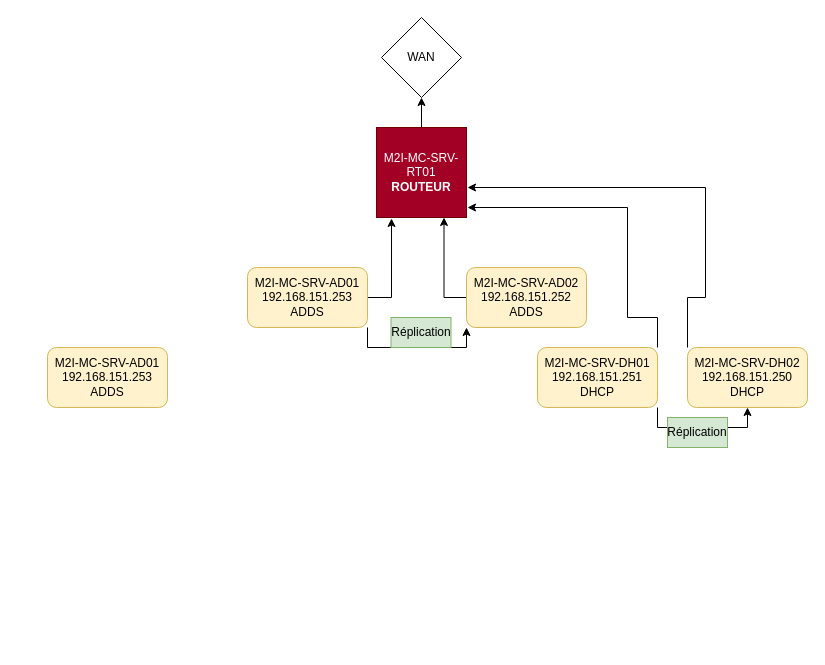
Skreadz/scripts keeps this draw.io diagram as multipass/infra_exam.drawio. Above is the earlier version. Source tidied: cells renumbered, new cells numbered last; positions are measured from the earlier drawing's top-left corner, leaving out a move shared by most shapes. Both pictures are drawn from the tidied source at 100%, with x=0, y=0 at pixel (47, 17).
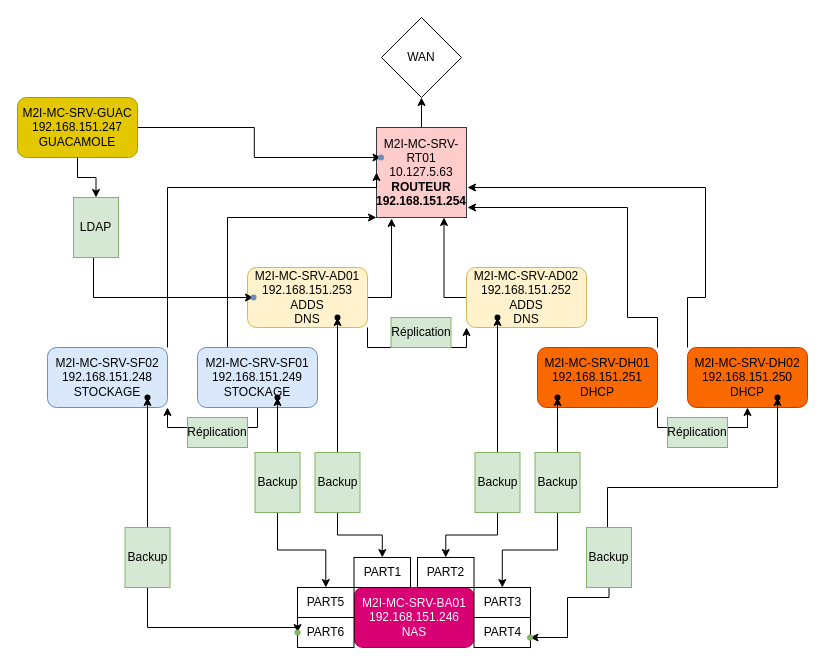
The same diagram, later.

Commit message (it also covers changes not shown here):
Mettre à jour infra_exam.drawio

Unchanged cells that the change refers to:
```xml
<mxCell id="16" value="WAN" style="rhombus;whiteSpace=wrap;html=1;" parent="1" vertex="1">
  <mxGeometry x="334" width="80" height="80" as="geometry" />
</mxCell>
```

Diff of the diagram source:
```diff
@@
-    <mxCell id="2" style="edgeStyle=orthogonalEdgeStyle;rounded=0;jettySize=auto;html=1;" parent="1" edge="1" source="3" target="16">
-      <mxGeometry relative="1" as="geometry" />
-    </mxCell>
-    <mxCell id="3" value="M2I-MC-SRV-RT01&lt;br&gt;&lt;b&gt;ROUTEUR&lt;/b&gt;" style="whiteSpace=wrap;html=1;fillColor=#a20025;fontColor=#ffffff;strokeColor=#6F0000;" parent="1" vertex="1">
-      <mxGeometry x="329" y="110" width="90" height="90" as="geometry" />
-    </mxCell>
-    <mxCell id="4" style="edgeStyle=orthogonalEdgeStyle;rounded=0;jettySize=auto;html=1;entryX=0.167;entryY=1.011;entryDx=0;entryDy=0;entryPerimeter=0;" parent="1" edge="1" source="6" target="3">
-      <mxGeometry relative="1" as="geometry" />
-    </mxCell>
-    <mxCell id="5" style="edgeStyle=orthogonalEdgeStyle;rounded=0;jettySize=auto;html=1;exitX=1;exitY=1;exitDx=0;exitDy=0;entryX=0;entryY=1;entryDx=0;entryDy=0;" parent="1" edge="1" source="6" target="8">
-      <mxGeometry relative="1" as="geometry" />
-    </mxCell>
-    <mxCell id="6" value="M2I-MC-SRV-AD01&lt;br&gt;192.168.151.253&lt;br&gt;ADDS" style="rounded=1;whiteSpace=wrap;html=1;fillColor=#fff2cc;strokeColor=#d6b656;" parent="1" vertex="1">
-      <mxGeometry x="200" y="250" width="120" height="60" as="geometry" />
-    </mxCell>
-    <mxCell id="7" style="edgeStyle=orthogonalEdgeStyle;rounded=0;jettySize=auto;html=1;entryX=0.75;entryY=1;entryDx=0;entryDy=0;" parent="1" edge="1" source="8" target="3">
-      <mxGeometry relative="1" as="geometry">
-        <Array as="points">
-          <mxPoint x="397" y="280" />
-        </Array>
-      </mxGeometry>
-    </mxCell>
-    <mxCell id="8" value="M2I-MC-SRV-AD02&lt;br&gt;192.168.151.252&lt;br&gt;ADDS" style="rounded=1;whiteSpace=wrap;html=1;fillColor=#fff2cc;strokeColor=#d6b656;" parent="1" vertex="1">
-      <mxGeometry x="419" y="250" width="120" height="60" as="geometry" />
-    </mxCell>
-    <mxCell id="9" value="Réplication" style="text;strokeColor=#82b366;align=center;fillColor=#d5e8d4;html=1;verticalAlign=middle;whiteSpace=wrap;rounded=0;" parent="1" vertex="1">
-      <mxGeometry x="343.5" y="300" width="60" height="30" as="geometry" />
-    </mxCell>
+    <mxCell id="18" style="edgeStyle=orthogonalEdgeStyle;rounded=0;jettySize=auto;html=1;" parent="1" edge="1" source="19" target="16">
+      <mxGeometry relative="1" as="geometry" />
+    </mxCell>
+    <mxCell id="19" value="M2I-MC-SRV-RT01&lt;br&gt;10.127.5.63&lt;br&gt;&lt;b&gt;ROUTEUR&lt;br&gt;192.168.151.254&lt;br&gt;&lt;/b&gt;" style="whiteSpace=wrap;html=1;fillColor=#ffcccc;strokeColor=#36393d;" parent="1" vertex="1">
+      <mxGeometry x="329" y="110" width="90" height="90" as="geometry" />
+    </mxCell>
+    <mxCell id="20" style="edgeStyle=orthogonalEdgeStyle;rounded=0;jettySize=auto;html=1;entryX=0.167;entryY=1.011;entryDx=0;entryDy=0;entryPerimeter=0;" parent="1" edge="1" source="22" target="19">
+      <mxGeometry relative="1" as="geometry" />
+    </mxCell>
+    <mxCell id="21" style="edgeStyle=orthogonalEdgeStyle;rounded=0;jettySize=auto;html=1;exitX=1;exitY=1;exitDx=0;exitDy=0;entryX=0;entryY=1;entryDx=0;entryDy=0;" parent="1" edge="1" source="22" target="24">
+      <mxGeometry relative="1" as="geometry" />
+    </mxCell>
+    <mxCell id="22" value="M2I-MC-SRV-AD01&lt;br&gt;192.168.151.253&lt;br&gt;ADDS&lt;br&gt;DNS" style="rounded=1;whiteSpace=wrap;html=1;fillColor=#fff2cc;strokeColor=#d6b656;" parent="1" vertex="1">
+      <mxGeometry x="200" y="250" width="120" height="60" as="geometry" />
+    </mxCell>
+    <mxCell id="23" style="edgeStyle=orthogonalEdgeStyle;rounded=0;jettySize=auto;html=1;entryX=0.75;entryY=1;entryDx=0;entryDy=0;" parent="1" edge="1" source="24" target="19">
+      <mxGeometry relative="1" as="geometry">
+        <Array as="points">
+          <mxPoint x="397" y="280" />
+        </Array>
+      </mxGeometry>
+    </mxCell>
+    <mxCell id="24" value="M2I-MC-SRV-AD02&lt;br&gt;192.168.151.252&lt;br&gt;ADDS&lt;br&gt;DNS" style="rounded=1;whiteSpace=wrap;html=1;fillColor=#fff2cc;strokeColor=#d6b656;" parent="1" vertex="1">
+      <mxGeometry x="419" y="250" width="120" height="60" as="geometry" />
+    </mxCell>
+    <mxCell id="25" value="Réplication" style="text;strokeColor=#82b366;align=center;fillColor=#d5e8d4;html=1;verticalAlign=middle;whiteSpace=wrap;rounded=0;" parent="1" vertex="1">
+      <mxGeometry x="343.5" y="300" width="60" height="30" as="geometry" />
+    </mxCell>
-    <mxCell id="10" value="M2I-MC-SRV-DH02&lt;br&gt;192.168.151.250&lt;br&gt;DHCP" style="rounded=1;whiteSpace=wrap;html=1;fillColor=#fff2cc;strokeColor=#d6b656;" parent="1" vertex="1">
+    <mxCell id="10" value="M2I-MC-SRV-DH02&lt;br&gt;192.168.151.250&lt;br&gt;DHCP" style="rounded=1;whiteSpace=wrap;html=1;fillColor=#fa6800;strokeColor=#C73500;fontColor=#000000;" parent="1" vertex="1">
       <mxGeometry x="640" y="330" width="120" height="60" as="geometry" />
     </mxCell>
-    <mxCell id="11" value="M2I-MC-SRV-DH01&lt;br&gt;192.168.151.251&lt;br&gt;DHCP" style="rounded=1;whiteSpace=wrap;html=1;fillColor=#fff2cc;strokeColor=#d6b656;" parent="1" vertex="1">
+    <mxCell id="11" value="M2I-MC-SRV-DH01&lt;br&gt;192.168.151.251&lt;br&gt;DHCP" style="rounded=1;whiteSpace=wrap;html=1;fillColor=#fa6800;strokeColor=#C73500;fontColor=#000000;" parent="1" vertex="1">
       <mxGeometry x="490" y="330" width="120" height="60" as="geometry" />
     </mxCell>
@@
-    <mxCell id="13" value="Réplication" style="text;strokeColor=#82b366;align=center;fillColor=#d5e8d4;html=1;verticalAlign=middle;whiteSpace=wrap;rounded=0;" parent="1" vertex="1">
-      <mxGeometry x="620" y="400" width="60" height="30" as="geometry" />
-    </mxCell>
-    <mxCell id="14" style="edgeStyle=orthogonalEdgeStyle;rounded=0;jettySize=auto;html=1;entryX=1.011;entryY=0.889;entryDx=0;entryDy=0;exitX=1;exitY=0;exitDx=0;exitDy=0;entryPerimeter=0;" parent="1" edge="1" source="11" target="3">
-      <mxGeometry relative="1" as="geometry">
-        <Array as="points">
-          <mxPoint x="610" y="300" />
-          <mxPoint x="580" y="300" />
-          <mxPoint x="580" y="190" />
-        </Array>
-      </mxGeometry>
-    </mxCell>
-    <mxCell id="15" style="edgeStyle=orthogonalEdgeStyle;rounded=0;jettySize=auto;html=1;exitX=0;exitY=0;exitDx=0;exitDy=0;" parent="1" edge="1" source="10">
-      <mxGeometry relative="1" as="geometry">
-        <mxPoint x="420" y="170" as="targetPoint" />
-        <Array as="points">
-          <mxPoint x="640" y="280" />
-          <mxPoint x="658" y="280" />
-        </Array>
-      </mxGeometry>
-    </mxCell>
+    <mxCell id="26" value="Réplication" style="text;strokeColor=#82b366;align=center;fillColor=#d5e8d4;html=1;verticalAlign=middle;whiteSpace=wrap;rounded=0;" parent="1" vertex="1">
+      <mxGeometry x="620" y="400" width="60" height="30" as="geometry" />
+    </mxCell>
+    <mxCell id="27" style="edgeStyle=orthogonalEdgeStyle;rounded=0;jettySize=auto;html=1;entryX=1.011;entryY=0.889;entryDx=0;entryDy=0;exitX=1;exitY=0;exitDx=0;exitDy=0;entryPerimeter=0;" parent="1" edge="1" source="11" target="19">
+      <mxGeometry relative="1" as="geometry">
+        <Array as="points">
+          <mxPoint x="610" y="300" />
+          <mxPoint x="580" y="300" />
+          <mxPoint x="580" y="190" />
+        </Array>
+      </mxGeometry>
+    </mxCell>
+    <mxCell id="28" style="edgeStyle=orthogonalEdgeStyle;rounded=0;jettySize=auto;html=1;exitX=0;exitY=0;exitDx=0;exitDy=0;" parent="1" edge="1" source="10">
+      <mxGeometry relative="1" as="geometry">
+        <mxPoint x="420" y="170" as="targetPoint" />
+        <Array as="points">
+          <mxPoint x="640" y="280" />
+          <mxPoint x="658" y="280" />
+        </Array>
+      </mxGeometry>
+    </mxCell>
@@
-    <mxCell id="17" value="M2I-MC-SRV-AD01&lt;br&gt;192.168.151.253&lt;br&gt;ADDS" style="rounded=1;whiteSpace=wrap;html=1;fillColor=#fff2cc;strokeColor=#d6b656;" parent="1" vertex="1">
-      <mxGeometry y="330" width="120" height="60" as="geometry" />
-    </mxCell>
+    <mxCell id="29" style="edgeStyle=orthogonalEdgeStyle;rounded=0;jettySize=auto;html=1;entryX=0;entryY=0.5;entryDx=0;entryDy=0;" parent="1" edge="1" source="30" target="19">
+      <mxGeometry relative="1" as="geometry">
+        <Array as="points">
+          <mxPoint x="120" y="170" />
+          <mxPoint x="329" y="170" />
+        </Array>
+      </mxGeometry>
+    </mxCell>
+    <mxCell id="30" value="M2I-MC-SRV-SF02&lt;br&gt;192.168.151.248&lt;br&gt;STOCKAGE" style="rounded=1;whiteSpace=wrap;html=1;fillColor=#dae8fc;strokeColor=#6c8ebf;" parent="1" vertex="1">
+      <mxGeometry y="330" width="120" height="60" as="geometry" />
+    </mxCell>
+    <mxCell id="31" style="edgeStyle=orthogonalEdgeStyle;rounded=0;jettySize=auto;html=1;entryX=1;entryY=1;entryDx=0;entryDy=0;exitX=0.5;exitY=1;exitDx=0;exitDy=0;" parent="1" edge="1" source="33" target="30">
+      <mxGeometry relative="1" as="geometry" />
+    </mxCell>
+    <mxCell id="32" style="edgeStyle=orthogonalEdgeStyle;rounded=0;jettySize=auto;html=1;entryX=0;entryY=1;entryDx=0;entryDy=0;exitX=0.25;exitY=0;exitDx=0;exitDy=0;" parent="1" edge="1" source="33" target="19">
+      <mxGeometry relative="1" as="geometry">
+        <Array as="points">
+          <mxPoint x="180" y="200" />
+        </Array>
+      </mxGeometry>
+    </mxCell>
+    <mxCell id="33" value="M2I-MC-SRV-SF01&lt;br&gt;192.168.151.249&lt;br&gt;STOCKAGE" style="rounded=1;whiteSpace=wrap;html=1;fillColor=#dae8fc;strokeColor=#6c8ebf;" parent="1" vertex="1">
+      <mxGeometry x="150" y="330" width="120" height="60" as="geometry" />
+    </mxCell>
+    <mxCell id="34" value="Réplication" style="text;strokeColor=#82b366;align=center;fillColor=#d5e8d4;html=1;verticalAlign=middle;whiteSpace=wrap;rounded=0;" parent="1" vertex="1">
+      <mxGeometry x="140" y="400" width="60" height="30" as="geometry" />
+    </mxCell>
+    <mxCell id="35" value="M2I-MC-SRV-BA01&lt;br&gt;192.168.151.246&lt;br&gt;NAS" style="rounded=1;whiteSpace=wrap;html=1;fillColor=#d80073;strokeColor=#A50040;fontColor=#ffffff;" parent="1" vertex="1">
+      <mxGeometry x="306.5" y="570" width="120" height="60" as="geometry" />
+    </mxCell>
+    <mxCell id="36" style="edgeStyle=orthogonalEdgeStyle;rounded=0;jettySize=auto;html=1;" parent="1" edge="1" source="66" target="64">
+      <mxGeometry relative="1" as="geometry" />
+    </mxCell>
+    <mxCell id="37" value="PART6" style="rounded=0;whiteSpace=wrap;html=1;" parent="1" vertex="1">
+      <mxGeometry x="250" y="600" width="56.5" height="30" as="geometry" />
+    </mxCell>
+    <mxCell id="38" style="edgeStyle=orthogonalEdgeStyle;rounded=0;jettySize=auto;html=1;" parent="1" edge="1" source="63" target="61">
+      <mxGeometry relative="1" as="geometry" />
+    </mxCell>
+    <mxCell id="39" value="PART5" style="rounded=0;whiteSpace=wrap;html=1;" parent="1" vertex="1">
+      <mxGeometry x="250" y="570" width="56.5" height="30" as="geometry" />
+    </mxCell>
+    <mxCell id="40" value="PART1" style="rounded=0;whiteSpace=wrap;html=1;" parent="1" vertex="1">
+      <mxGeometry x="306.5" y="540" width="56.5" height="30" as="geometry" />
+    </mxCell>
+    <mxCell id="41" style="edgeStyle=orthogonalEdgeStyle;rounded=0;jettySize=auto;html=1;" parent="1" edge="1" source="53" target="51">
+      <mxGeometry relative="1" as="geometry" />
+    </mxCell>
+    <mxCell id="42" value="PART2" style="rounded=0;whiteSpace=wrap;html=1;" parent="1" vertex="1">
+      <mxGeometry x="370" y="540" width="56.5" height="30" as="geometry" />
+    </mxCell>
+    <mxCell id="43" style="edgeStyle=orthogonalEdgeStyle;rounded=0;jettySize=auto;html=1;exitX=0;exitY=0.5;exitDx=0;exitDy=0;" parent="1" edge="1" source="59" target="57">
+      <mxGeometry relative="1" as="geometry">
+        <Array as="points">
+          <mxPoint x="560" y="510" />
+          <mxPoint x="560" y="470" />
+          <mxPoint x="730" y="470" />
+        </Array>
+      </mxGeometry>
+    </mxCell>
+    <mxCell id="44" value="PART4" style="rounded=0;whiteSpace=wrap;html=1;" parent="1" vertex="1">
+      <mxGeometry x="426.5" y="600" width="56.5" height="30" as="geometry" />
+    </mxCell>
+    <mxCell id="45" style="edgeStyle=orthogonalEdgeStyle;rounded=0;jettySize=auto;html=1;" parent="1" edge="1" source="56" target="54">
+      <mxGeometry relative="1" as="geometry" />
+    </mxCell>
+    <mxCell id="46" value="PART3" style="rounded=0;whiteSpace=wrap;html=1;" parent="1" vertex="1">
+      <mxGeometry x="426.5" y="570" width="56.5" height="30" as="geometry" />
+    </mxCell>
+    <mxCell id="47" style="shape=waypoint;sketch=0;size=6;points=[];fillColor=default;perimeter=centerPerimeter;snapToPoint=1;rounded=0;" parent="1" vertex="1">
+      <mxGeometry x="280" y="290" width="20" height="20" as="geometry" />
+    </mxCell>
+    <mxCell id="48" style="edgeStyle=orthogonalEdgeStyle;rounded=0;jettySize=auto;html=1;" parent="1" edge="1" source="50" target="47">
+      <mxGeometry relative="1" as="geometry" />
+    </mxCell>
+    <mxCell id="49" style="edgeStyle=orthogonalEdgeStyle;rounded=0;jettySize=auto;html=1;" parent="1" edge="1" source="50" target="40">
+      <mxGeometry relative="1" as="geometry" />
+    </mxCell>
+    <mxCell id="50" value="Backup" style="text;strokeColor=#82b366;align=center;fillColor=#d5e8d4;html=1;verticalAlign=middle;whiteSpace=wrap;rounded=0;direction=south;" parent="1" vertex="1">
+      <mxGeometry x="267.5" y="435" width="45" height="60" as="geometry" />
+    </mxCell>
+    <mxCell id="51" style="shape=waypoint;sketch=0;size=6;points=[];fillColor=default;perimeter=centerPerimeter;snapToPoint=1;rounded=0;" parent="1" vertex="1">
+      <mxGeometry x="440" y="290" width="20" height="20" as="geometry" />
+    </mxCell>
+    <mxCell id="52" style="edgeStyle=orthogonalEdgeStyle;rounded=0;jettySize=auto;html=1;entryX=0.5;entryY=0;entryDx=0;entryDy=0;exitX=1;exitY=0.5;exitDx=0;exitDy=0;" parent="1" edge="1" source="53" target="42">
+      <mxGeometry relative="1" as="geometry" />
+    </mxCell>
+    <mxCell id="53" value="Backup" style="text;strokeColor=#82b366;align=center;fillColor=#d5e8d4;html=1;verticalAlign=middle;whiteSpace=wrap;rounded=0;direction=south;" parent="1" vertex="1">
+      <mxGeometry x="427.5" y="435" width="45" height="60" as="geometry" />
+    </mxCell>
+    <mxCell id="54" style="shape=waypoint;sketch=0;size=6;points=[];fillColor=default;perimeter=centerPerimeter;snapToPoint=1;rounded=0;" parent="1" vertex="1">
+      <mxGeometry x="500" y="370" width="20" height="20" as="geometry" />
+    </mxCell>
+    <mxCell id="55" style="edgeStyle=orthogonalEdgeStyle;rounded=0;jettySize=auto;html=1;exitX=1;exitY=0.5;exitDx=0;exitDy=0;" parent="1" edge="1" source="56" target="46">
+      <mxGeometry relative="1" as="geometry" />
+    </mxCell>
+    <mxCell id="56" value="Backup" style="text;strokeColor=#82b366;align=center;fillColor=#d5e8d4;html=1;verticalAlign=middle;whiteSpace=wrap;rounded=0;direction=south;" parent="1" vertex="1">
+      <mxGeometry x="487.5" y="435" width="45" height="60" as="geometry" />
+    </mxCell>
+    <mxCell id="57" style="shape=waypoint;sketch=0;size=6;points=[];fillColor=default;perimeter=centerPerimeter;snapToPoint=1;rounded=0;" parent="1" vertex="1">
+      <mxGeometry x="720" y="370" width="20" height="20" as="geometry" />
+    </mxCell>
+    <mxCell id="58" style="edgeStyle=orthogonalEdgeStyle;rounded=0;jettySize=auto;html=1;" parent="1" edge="1" source="59" target="60">
+      <mxGeometry relative="1" as="geometry">
+        <Array as="points">
+          <mxPoint x="562" y="580" />
+          <mxPoint x="520" y="580" />
+          <mxPoint x="520" y="620" />
+        </Array>
+      </mxGeometry>
+    </mxCell>
+    <mxCell id="59" value="Backup" style="text;strokeColor=#82b366;align=center;fillColor=#d5e8d4;html=1;verticalAlign=middle;whiteSpace=wrap;rounded=0;direction=south;" parent="1" vertex="1">
+      <mxGeometry x="539" y="510" width="45" height="60" as="geometry" />
+    </mxCell>
+    <mxCell id="60" style="shape=waypoint;sketch=0;size=6;points=[];fillColor=#d5e8d4;perimeter=centerPerimeter;snapToPoint=1;strokeColor=#82b366;gradientColor=none;rounded=0;" parent="1" vertex="1">
+      <mxGeometry x="472.5" y="610" width="20" height="20" as="geometry" />
+    </mxCell>
+    <mxCell id="61" style="shape=waypoint;sketch=0;size=6;points=[];fillColor=default;perimeter=centerPerimeter;snapToPoint=1;rounded=0;" parent="1" vertex="1">
+      <mxGeometry x="220" y="370" width="20" height="20" as="geometry" />
+    </mxCell>
+    <mxCell id="62" style="edgeStyle=orthogonalEdgeStyle;rounded=0;jettySize=auto;html=1;" parent="1" edge="1" source="63" target="39">
+      <mxGeometry relative="1" as="geometry" />
+    </mxCell>
+    <mxCell id="63" value="Backup" style="text;strokeColor=#82b366;align=center;fillColor=#d5e8d4;html=1;verticalAlign=middle;whiteSpace=wrap;rounded=0;direction=south;" parent="1" vertex="1">
+      <mxGeometry x="207.5" y="435" width="45" height="60" as="geometry" />
+    </mxCell>
+    <mxCell id="64" style="shape=waypoint;sketch=0;size=6;points=[];fillColor=default;perimeter=centerPerimeter;snapToPoint=1;rounded=0;" parent="1" vertex="1">
+      <mxGeometry x="90" y="370" width="20" height="20" as="geometry" />
+    </mxCell>
+    <mxCell id="65" style="edgeStyle=orthogonalEdgeStyle;rounded=0;jettySize=auto;html=1;" parent="1" edge="1" source="66" target="67">
+      <mxGeometry relative="1" as="geometry">
+        <Array as="points">
+          <mxPoint x="100" y="610" />
+          <mxPoint x="250" y="610" />
+        </Array>
+      </mxGeometry>
+    </mxCell>
+    <mxCell id="66" value="Backup" style="text;strokeColor=#82b366;align=center;fillColor=#d5e8d4;html=1;verticalAlign=middle;whiteSpace=wrap;rounded=0;direction=south;" parent="1" vertex="1">
+      <mxGeometry x="77.5" y="510" width="45" height="60" as="geometry" />
+    </mxCell>
+    <mxCell id="67" style="shape=waypoint;sketch=0;size=6;points=[];fillColor=#d5e8d4;perimeter=centerPerimeter;snapToPoint=1;strokeColor=#82b366;gradientColor=none;rounded=0;" parent="1" vertex="1">
+      <mxGeometry x="240" y="605" width="20" height="20" as="geometry" />
+    </mxCell>
+    <mxCell id="68" style="edgeStyle=orthogonalEdgeStyle;rounded=0;jettySize=auto;html=1;entryX=-0.125;entryY=0.45;entryDx=0;entryDy=0;entryPerimeter=0;" parent="1" edge="1" source="70" target="71">
+      <mxGeometry relative="1" as="geometry" />
+    </mxCell>
+    <mxCell id="69" style="edgeStyle=orthogonalEdgeStyle;rounded=0;jettySize=auto;html=1;" parent="1" edge="1" source="74" target="72">
+      <mxGeometry relative="1" as="geometry">
+        <Array as="points">
+          <mxPoint x="46" y="280" />
+        </Array>
+      </mxGeometry>
+    </mxCell>
+    <mxCell id="70" value="M2I-MC-SRV-GUAC&lt;br&gt;192.168.151.247&lt;br&gt;GUACAMOLE" style="rounded=1;whiteSpace=wrap;html=1;fillColor=#e3c800;strokeColor=#B09500;fontColor=#000000;" parent="1" vertex="1">
+      <mxGeometry x="-30" y="80" width="120" height="60" as="geometry" />
+    </mxCell>
+    <mxCell id="71" style="shape=waypoint;sketch=0;size=6;points=[];fillColor=#dae8fc;perimeter=centerPerimeter;snapToPoint=1;strokeColor=#6c8ebf;rounded=1;" parent="1" vertex="1">
+      <mxGeometry x="323.5" y="130" width="20" height="20" as="geometry" />
+    </mxCell>
+    <mxCell id="72" style="shape=waypoint;sketch=0;size=6;points=[];fillColor=#dae8fc;perimeter=centerPerimeter;snapToPoint=1;strokeColor=#6c8ebf;rounded=1;" parent="1" vertex="1">
+      <mxGeometry x="196" y="270" width="20" height="20" as="geometry" />
+    </mxCell>
+    <mxCell id="73" style="edgeStyle=orthogonalEdgeStyle;rounded=0;jettySize=auto;html=1;" parent="1" edge="1" source="70" target="74">
+      <mxGeometry relative="1" as="geometry" />
+    </mxCell>
+    <mxCell id="74" value="LDAP" style="text;strokeColor=#82b366;align=center;fillColor=#d5e8d4;html=1;verticalAlign=middle;whiteSpace=wrap;rounded=0;direction=south;" parent="1" vertex="1">
+      <mxGeometry x="26" y="180" width="45" height="60" as="geometry" />
+    </mxCell>
```
